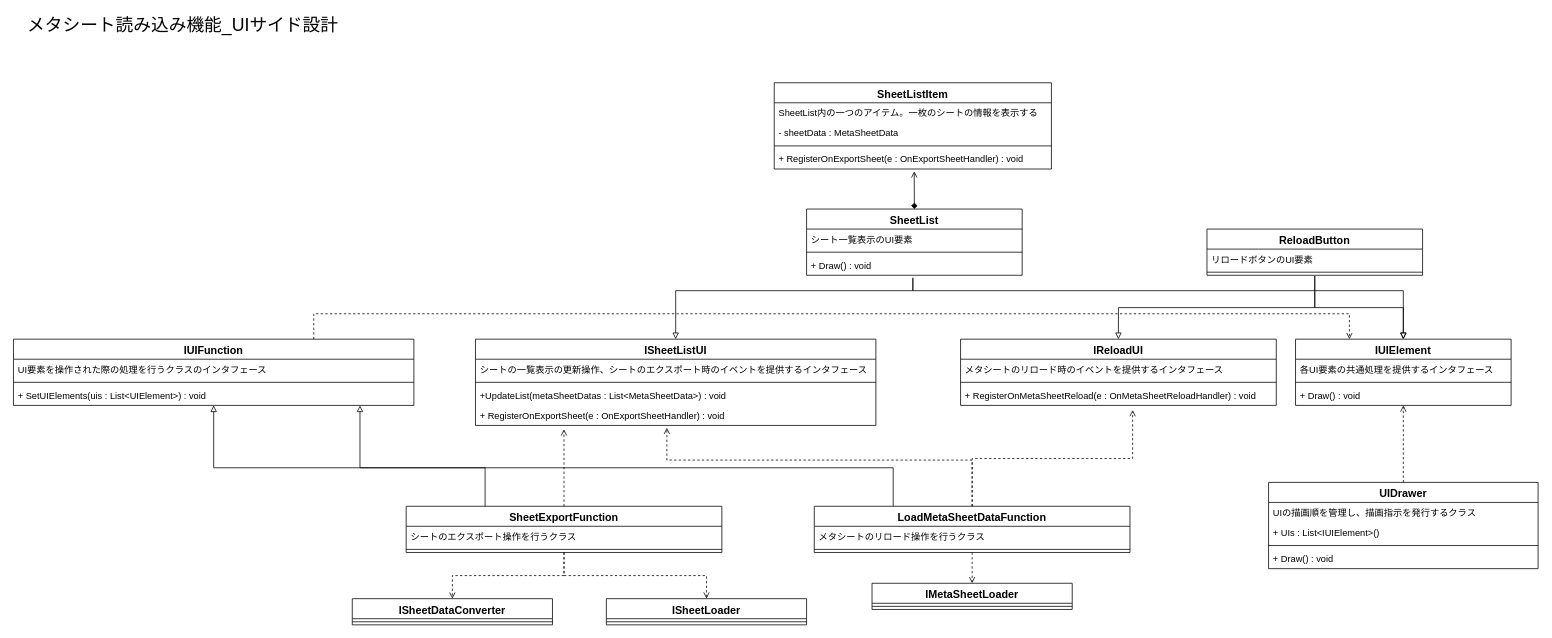
Above: Designs/メタシート読み込み機能設計_UIサイド設計.drawio in Dumble009/GoogleDriveDownloader (draw.io), before the change. Source tidied: cells renumbered, new cells numbered last; positions are measured from the earlier drawing's top-left corner, leaving out a move shared by most shapes. Both pictures are drawn from the tidied source at 77%, with x=0, y=0 at pixel (13, 13).
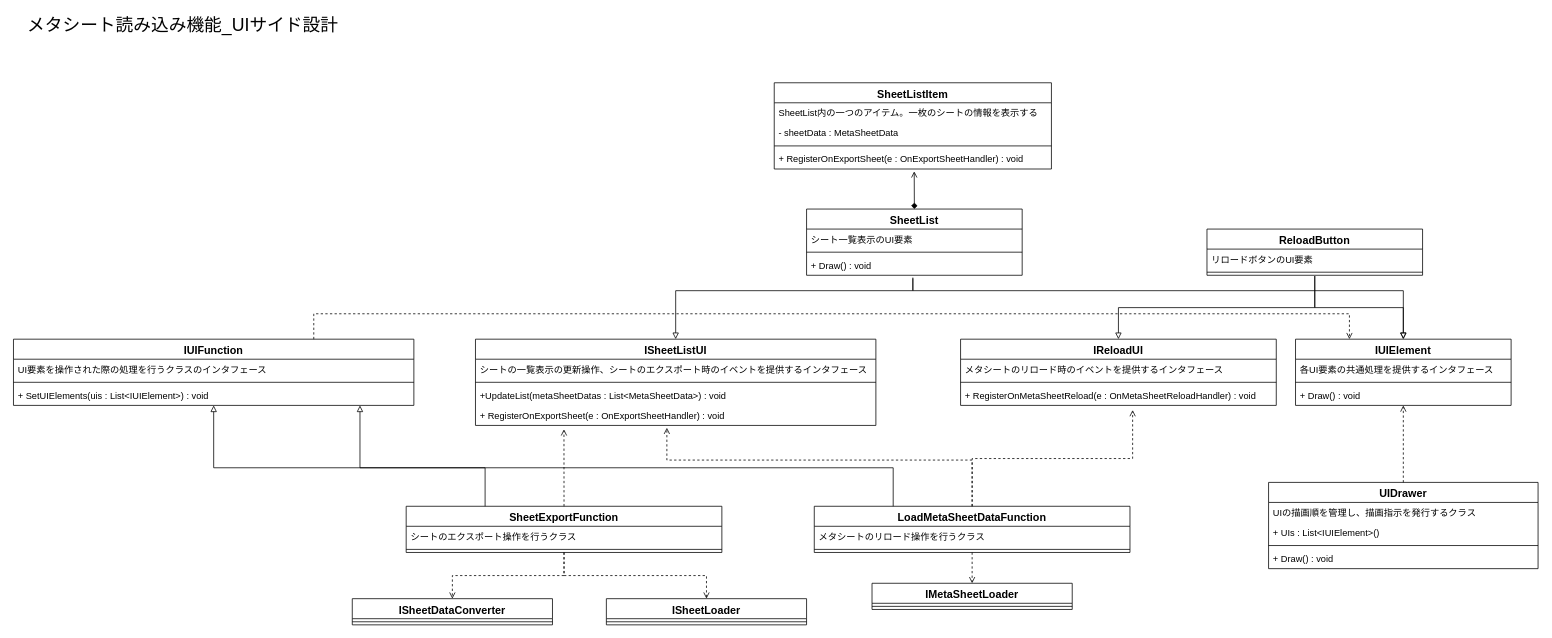
After the change.

Commit message (it also covers changes not shown here):
IUIElementとすべきところがUIElementになっていたので修正

Unchanged cells that the change refers to:
```xml
<mxCell id="51" value="IUIFunction" style="swimlane;fontStyle=1;align=center;verticalAlign=top;horizontal=1;startSize=26;fontSize=14;" parent="1" vertex="1">
  <mxGeometry y="423" width="520" height="86" as="geometry" />
</mxCell>
```

What changed in the source:
```diff
@@
-    <mxCell id="54" value="+ SetUIElements(uis : List&lt;UIElement&gt;) : void" style="text;strokeColor=none;fillColor=none;align=left;verticalAlign=top;spacingLeft=4;spacingRight=4;overflow=hidden;" parent="51" vertex="1">
+    <mxCell id="54" value="+ SetUIElements(uis : List&lt;IUIElement&gt;) : void" style="text;strokeColor=none;fillColor=none;align=left;verticalAlign=top;spacingLeft=4;spacingRight=4;overflow=hidden;" parent="51" vertex="1">
       <mxGeometry y="60" width="520" height="26" as="geometry" />
     </mxCell>
```
